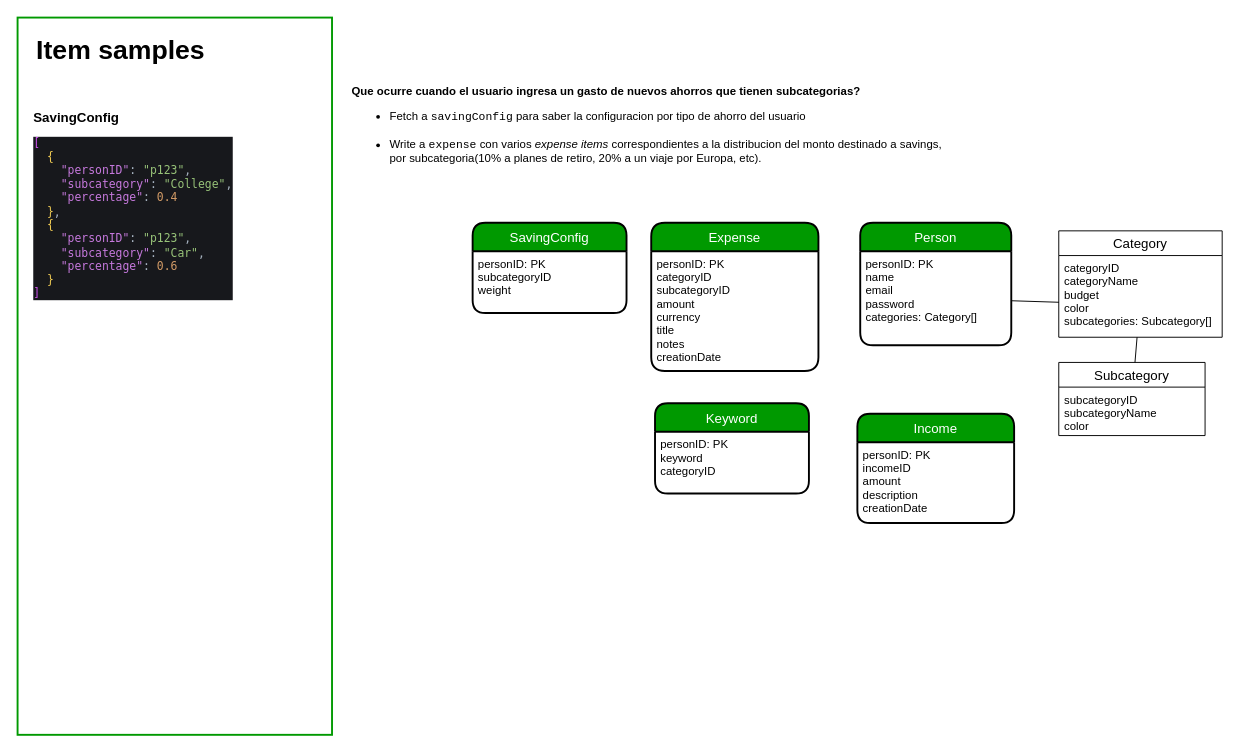
Earlier version of the draw.io diagram money-diagrams.drawio (JoelD7/money). Source tidied: cells renumbered, new cells numbered last; positions are measured from the earlier drawing's top-left corner, leaving out a move shared by most shapes. Both pictures are drawn from the tidied source at 95%, with x=0, y=0 at pixel (17, 17).
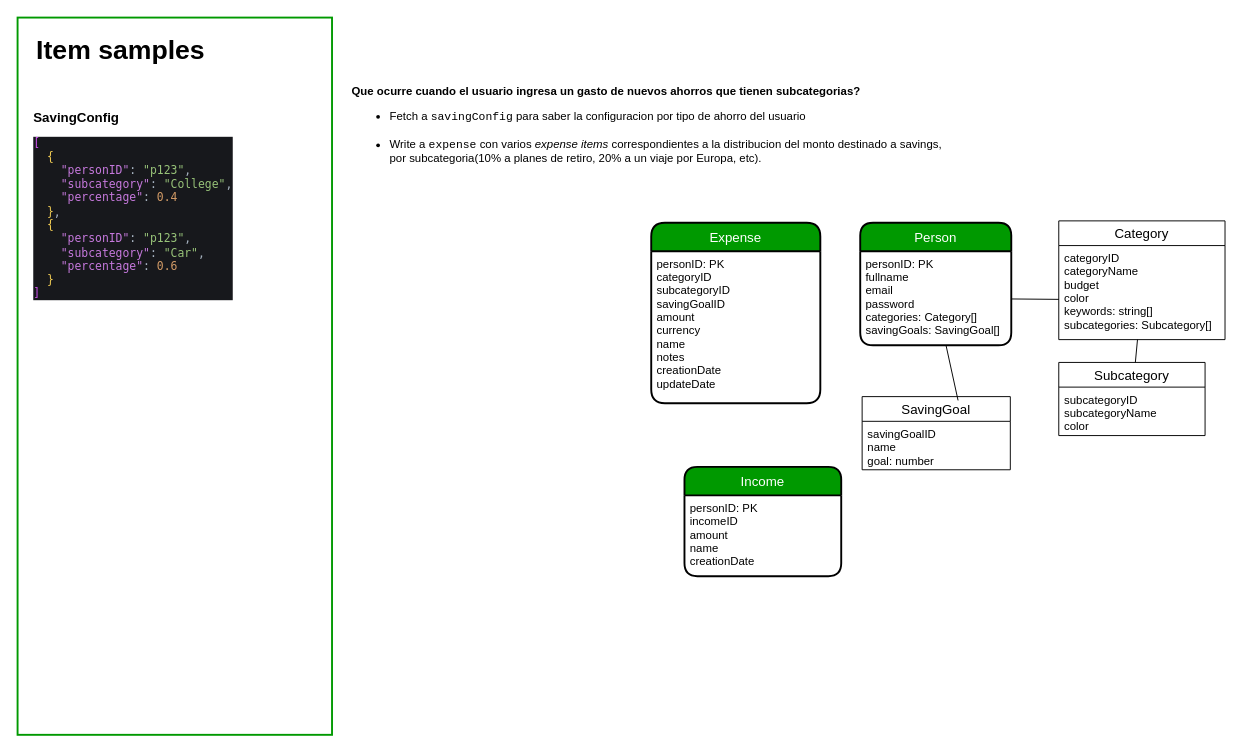
After the change.

Commit message:
Changed data model diagram

The change refers to these unchanged cells:
```xml
<mxCell id="4" value="Person" style="swimlane;horizontal=1;startSize=30;rounded=1;fontSize=14;fontStyle=0;strokeWidth=2;shadow=0;dashed=0;align=center;fillColor=#009900;fontColor=#FFFFFF;" parent="1" vertex="1">
  <mxGeometry x="887" y="216" width="159" height="129" as="geometry" />
</mxCell>
```

The edit, as a diff of the source:
```diff
@@
     <mxCell id="2" value="Expense" style="swimlane;horizontal=1;startSize=30;rounded=1;fontSize=14;fontStyle=0;strokeWidth=2;shadow=0;dashed=0;align=center;labelBackgroundColor=none;arcSize=16;labelBorderColor=none;swimlaneLine=1;swimlaneFillColor=none;gradientColor=none;gradientDirection=north;fillColor=#009900;fontColor=#FFFFFF;" parent="1" vertex="1">
-      <mxGeometry x="667" y="216" width="176" height="156" as="geometry" />
+      <mxGeometry x="667" y="216" width="178" height="190" as="geometry" />
     </mxCell>
-    <mxCell id="3" value="personID: PK&#10;categoryID&#10;subcategoryID&#10;amount&#10;currency&#10;title&#10;notes&#10;creationDate" style="align=left;strokeColor=none;fillColor=none;spacingLeft=4;fontSize=12;verticalAlign=top;" parent="2" vertex="1">
-      <mxGeometry y="30" width="176" height="126" as="geometry" />
+    <mxCell id="3" value="personID: PK&#10;categoryID&#10;subcategoryID&#10;savingGoalID&#10;amount&#10;currency&#10;name&#10;notes&#10;creationDate&#10;updateDate" style="align=left;strokeColor=none;fillColor=none;spacingLeft=4;fontSize=12;verticalAlign=top;" parent="2" vertex="1">
+      <mxGeometry y="30" width="178" height="160" as="geometry" />
     </mxCell>
@@
-    <mxCell id="5" value="personID: PK&#10;name&#10;email&#10;password        &#10;categories: Category[]" style="align=left;strokeColor=none;fillColor=none;spacingLeft=4;fontSize=12;verticalAlign=top;" parent="4" vertex="1">
+    <mxCell id="5" value="personID: PK&#10;fullname&#10;email&#10;password        &#10;categories: Category[]&#10;savingGoals: SavingGoal[]" style="align=left;strokeColor=none;fillColor=none;spacingLeft=4;fontSize=12;verticalAlign=top;" parent="4" vertex="1">
       <mxGeometry y="30" width="159" height="99" as="geometry" />
     </mxCell>
-    <mxCell id="6" value="SavingConfig" style="swimlane;horizontal=1;startSize=30;rounded=1;fontSize=14;fontStyle=0;strokeWidth=2;shadow=0;dashed=0;align=center;fillColor=#009900;fontColor=#FFFFFF;" parent="1" vertex="1">
-      <mxGeometry x="479" y="216" width="162" height="95" as="geometry" />
-    </mxCell>
-    <mxCell id="7" value="personID: PK&#10;subcategoryID&#10;weight" style="align=left;strokeColor=none;fillColor=none;spacingLeft=4;fontSize=12;verticalAlign=top;" parent="6" vertex="1">
-      <mxGeometry y="30" width="162" height="65" as="geometry" />
-    </mxCell>
@@
-    <mxCell id="12" value="Keyword" style="swimlane;horizontal=1;startSize=30;rounded=1;fontSize=14;fontStyle=0;strokeWidth=2;shadow=0;dashed=0;align=center;fillColor=#009900;fontColor=#FFFFFF;" parent="1" vertex="1">
-      <mxGeometry x="671" y="406" width="162" height="95" as="geometry" />
-    </mxCell>
-    <mxCell id="13" value="personID: PK&#10;keyword&#10;categoryID&#10;" style="align=left;strokeColor=none;fillColor=none;spacingLeft=4;fontSize=12;verticalAlign=top;" parent="12" vertex="1">
-      <mxGeometry y="30" width="162" height="65" as="geometry" />
-    </mxCell>
     <mxCell id="14" value="Category" style="swimlane;fontStyle=0;horizontal=1;startSize=26;align=center;fontSize=14;" parent="1" vertex="1">
-      <mxGeometry x="1096" y="224.5" width="172" height="112" as="geometry" />
+      <mxGeometry x="1096" y="214" width="175" height="125" as="geometry" />
     </mxCell>
-    <mxCell id="15" value="categoryID&#10;categoryName&#10;budget&#10;color&#10;subcategories: Subcategory[] " style="text;strokeColor=none;fillColor=none;spacingLeft=4;spacingRight=4;overflow=hidden;points=[[0,0.5],[1,0.5]];portConstraint=eastwest;fontSize=12;" parent="14" vertex="1">
-      <mxGeometry y="26" width="172" height="86" as="geometry" />
+    <mxCell id="15" value="categoryID&#10;categoryName&#10;budget&#10;color&#10;keywords: string[]&#10;subcategories: Subcategory[] " style="text;strokeColor=none;fillColor=none;spacingLeft=4;spacingRight=4;overflow=hidden;points=[[0,0.5],[1,0.5]];portConstraint=eastwest;fontSize=12;" parent="14" vertex="1">
+      <mxGeometry y="26" width="175" height="99" as="geometry" />
     </mxCell>
@@
     <mxCell id="20" value="Income" style="swimlane;horizontal=1;startSize=30;rounded=1;fontSize=14;fontStyle=0;strokeWidth=2;shadow=0;dashed=0;align=center;fillColor=#009900;fontColor=#FFFFFF;" parent="1" vertex="1">
-      <mxGeometry x="884" y="417" width="165" height="115" as="geometry" />
+      <mxGeometry x="702" y="473" width="165" height="115" as="geometry" />
     </mxCell>
-    <mxCell id="21" value="personID: PK&#10;incomeID&#10;amount&#10;description&#10;creationDate" style="align=left;strokeColor=none;fillColor=none;spacingLeft=4;fontSize=12;verticalAlign=top;" parent="20" vertex="1">
+    <mxCell id="21" value="personID: PK&#10;incomeID&#10;amount&#10;name&#10;creationDate" style="align=left;strokeColor=none;fillColor=none;spacingLeft=4;fontSize=12;verticalAlign=top;" parent="20" vertex="1">
       <mxGeometry y="30" width="165" height="85" as="geometry" />
     </mxCell>
+    <mxCell id="22" value="SavingGoal" style="swimlane;fontStyle=0;horizontal=1;startSize=26;align=center;fontSize=14;" parent="1" vertex="1">
+      <mxGeometry x="889" y="399" width="156" height="77" as="geometry" />
+    </mxCell>
+    <mxCell id="23" style="endArrow=none;html=1;rounded=0;" parent="22" edge="1" source="5">
+      <mxGeometry relative="1" as="geometry">
+        <mxPoint x="101" y="4" as="targetPoint" />
+      </mxGeometry>
+    </mxCell>
+    <mxCell id="24" value="savingGoalID&#10;name&#10;goal: number" style="text;strokeColor=none;fillColor=none;spacingLeft=4;spacingRight=4;overflow=hidden;fontSize=12;" parent="22" vertex="1">
+      <mxGeometry y="26" width="156" height="51" as="geometry" />
+    </mxCell>
```
